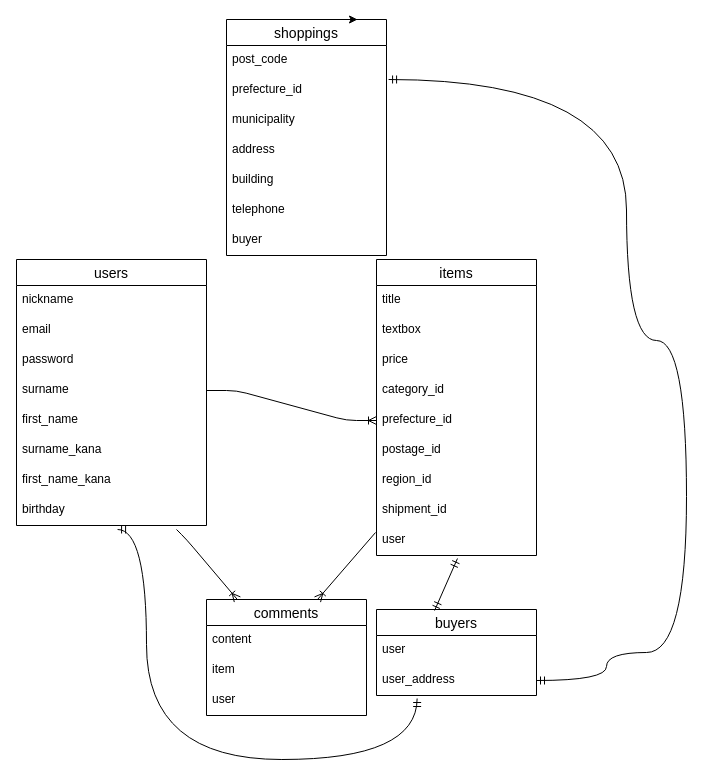
Above: test.dio in obakaito05/furima-39126 (draw.io), before the change. Source tidied: cells renumbered, new cells numbered last; positions are measured from the earlier drawing's top-left corner, leaving out a move shared by most shapes. Both pictures are drawn from the tidied source at 100%, with x=0, y=0 at pixel (16, 19).
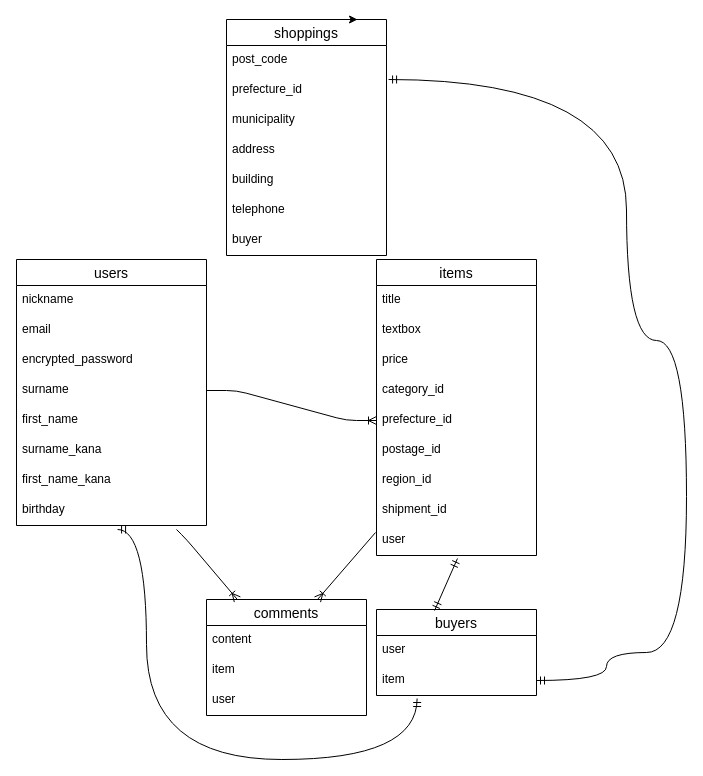
After the change.

Unchanged cells that the change refers to:
```xml
<mxCell id="2" value="users" style="swimlane;fontStyle=0;horizontal=1;startSize=26;align=center;fontSize=14;" parent="1" vertex="1">
  <mxGeometry y="240" width="190" height="266" as="geometry" />
</mxCell>
<mxCell id="25" value="buyers" style="swimlane;fontStyle=0;horizontal=1;startSize=26;align=center;fontSize=14;" parent="1" vertex="1">
  <mxGeometry x="360" y="590" width="160" height="86" as="geometry" />
</mxCell>
```

Change to the diagram source:
```diff
@@
-    <mxCell id="5" value="password" style="text;strokeColor=none;fillColor=none;spacingLeft=4;spacingRight=4;overflow=hidden;fontSize=12;" parent="2" vertex="1">
+    <mxCell id="5" value="encrypted_password" style="text;strokeColor=none;fillColor=none;spacingLeft=4;spacingRight=4;overflow=hidden;fontSize=12;" parent="2" vertex="1">
       <mxGeometry y="86" width="190" height="30" as="geometry" />
     </mxCell>
@@
-    <mxCell id="27" value="user_address" style="text;strokeColor=none;fillColor=none;spacingLeft=4;spacingRight=4;overflow=hidden;points=[[0,0.5],[1,0.5]];portConstraint=eastwest;fontSize=12;" parent="25" vertex="1">
+    <mxCell id="27" value="item" style="text;strokeColor=none;fillColor=none;spacingLeft=4;spacingRight=4;overflow=hidden;points=[[0,0.5],[1,0.5]];portConstraint=eastwest;fontSize=12;" parent="25" vertex="1">
       <mxGeometry y="56" width="160" height="30" as="geometry" />
     </mxCell>
```
